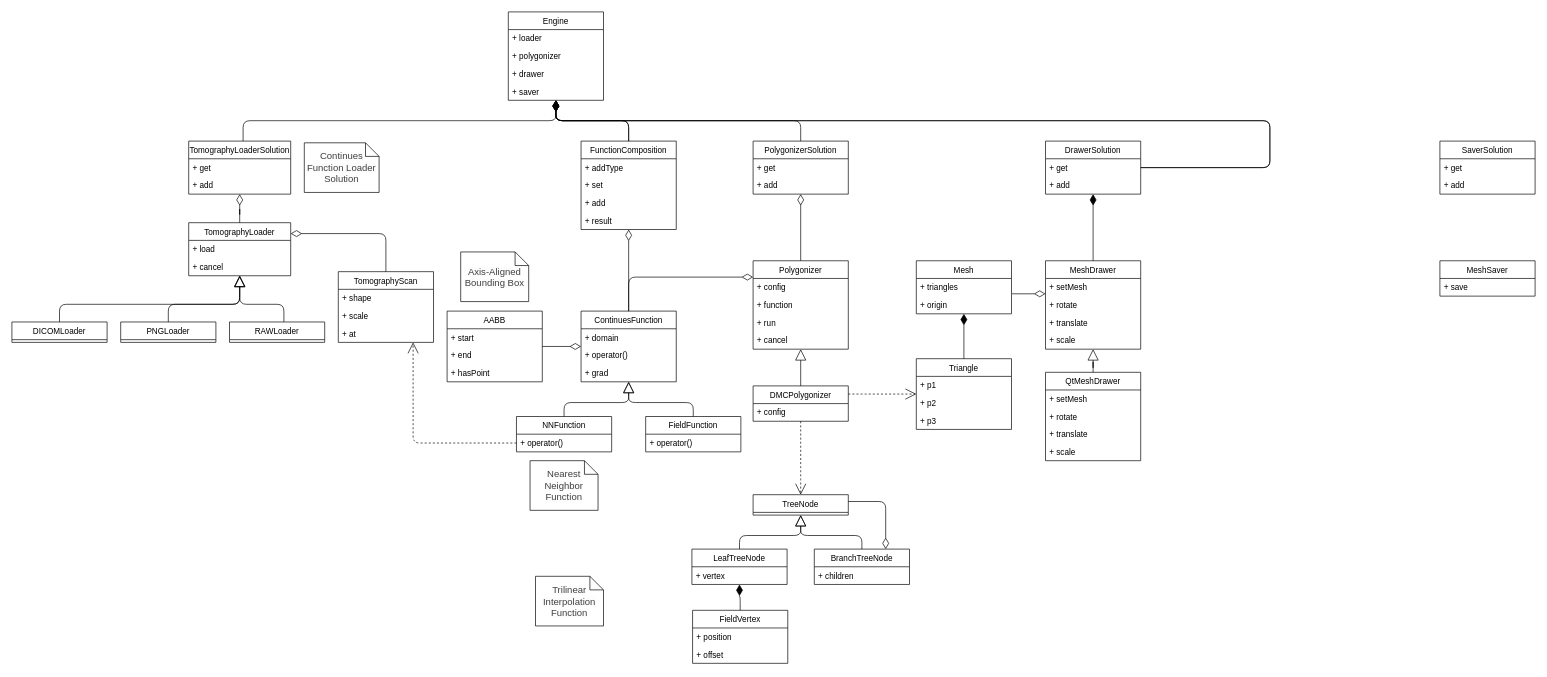
Before: uml.drawio in maxhha/bmstu-iu7-cg-cp, a draw.io diagram. Source tidied: cells renumbered, new cells numbered last; positions are measured from the earlier drawing's top-left corner, leaving out a move shared by most shapes. Both pictures are drawn from the tidied source at 68%, with x=0, y=0 at pixel (12, 12).
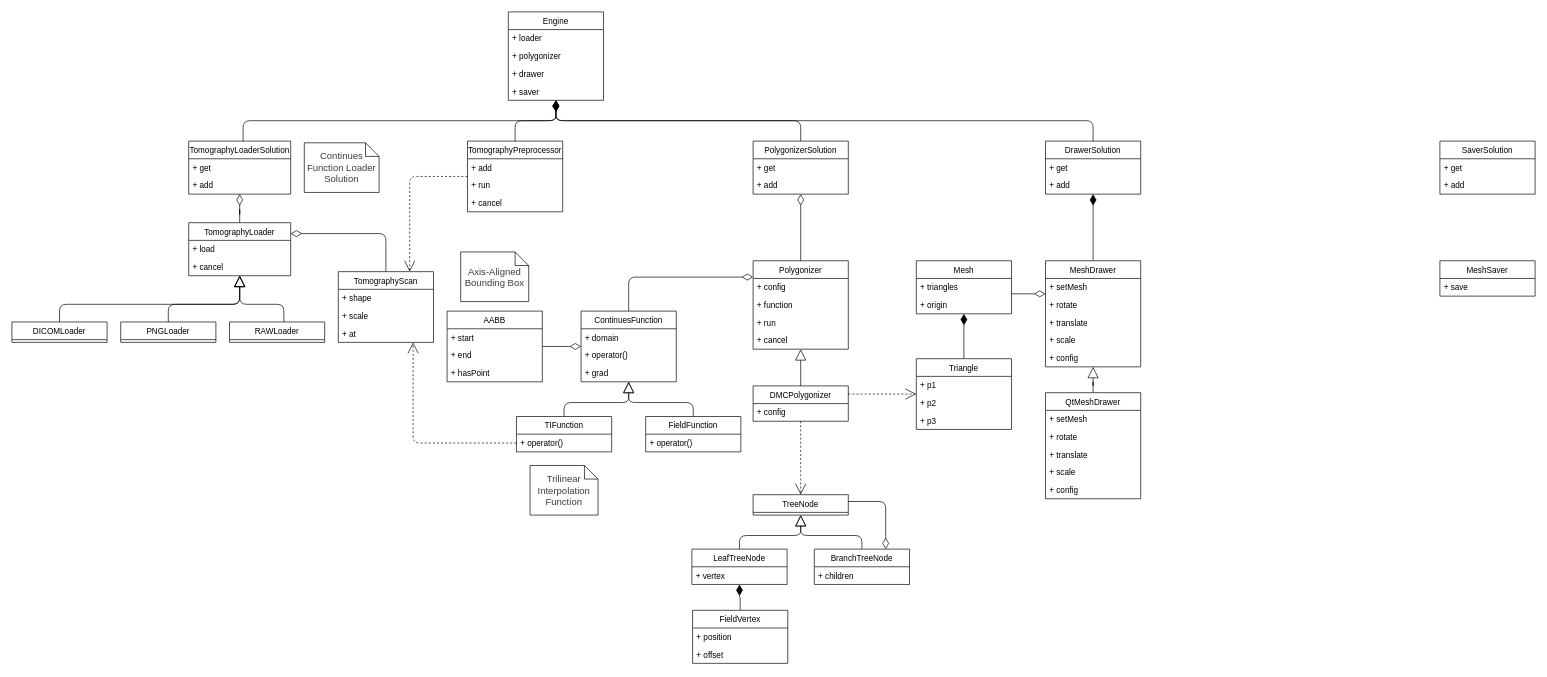
The same page after the edit.

Commit message (it also covers changes not shown here):
Add drawer config

Unchanged cells that the change refers to:
```xml
<mxCell id="6" value="TomographyScan" style="swimlane;fontStyle=0;horizontal=1;startSize=26;fillColor=none;" parent="1" vertex="1">
  <mxGeometry x="480" y="382" width="140" height="104" as="geometry" />
</mxCell>
<mxCell id="12" value="ContinuesFunction" style="swimlane;fontStyle=0;horizontal=1;startSize=26;fillColor=none;" parent="1" vertex="1">
  <mxGeometry x="837" y="440" width="140" height="104" as="geometry" />
</mxCell>
<mxCell id="47" value="Engine" style="swimlane;fontStyle=0;horizontal=1;startSize=26;fillColor=none;" parent="1" vertex="1">
  <mxGeometry x="730" width="140" height="130" as="geometry" />
</mxCell>
<mxCell id="64" value="DrawerSolution" style="swimlane;fontStyle=0;horizontal=1;startSize=26;fillColor=none;" parent="1" vertex="1">
  <mxGeometry x="1520" y="190" width="140" height="78" as="geometry" />
</mxCell>
```

Diff of the diagram source:
```diff
@@
-    <mxCell id="11" style="edgeStyle=orthogonalEdgeStyle;rounded=0;jettySize=auto;html=1;endArrow=diamondThin;endFill=0;endSize=14;startSize=14;" parent="1" edge="1" source="12" target="105">
-      <mxGeometry relative="1" as="geometry" />
-    </mxCell>
@@
     <mxCell id="26" value="MeshDrawer" style="swimlane;fontStyle=0;horizontal=1;startSize=26;fillColor=none;" parent="1" vertex="1">
-      <mxGeometry x="1520" y="366" width="140" height="130" as="geometry" />
+      <mxGeometry x="1520" y="366" width="140" height="156" as="geometry" />
     </mxCell>
@@
+    <mxCell id="113" value="+ config" style="text;strokeColor=none;fillColor=none;align=left;verticalAlign=top;spacingLeft=4;spacingRight=4;overflow=hidden;" parent="26" vertex="1">
+      <mxGeometry y="130" width="140" height="26" as="geometry" />
+    </mxCell>
@@
-    <mxCell id="63" style="edgeStyle=orthogonalEdgeStyle;rounded=1;jettySize=auto;html=1;endArrow=diamondThin;endFill=1;startSize=14;endSize=14;" parent="1" edge="1" source="64" target="47">
-      <mxGeometry relative="1" as="geometry">
-        <Array as="points">
-          <mxPoint x="1850" y="160" />
-          <mxPoint x="800" y="160" />
-        </Array>
-      </mxGeometry>
-    </mxCell>
@@
     <mxCell id="86" value="QtMeshDrawer" style="swimlane;fontStyle=0;horizontal=1;startSize=26;fillColor=none;" parent="1" vertex="1">
-      <mxGeometry x="1520" y="530" width="140" height="130" as="geometry" />
+      <mxGeometry x="1520" y="560" width="140" height="156" as="geometry" />
     </mxCell>
@@
+    <mxCell id="114" value="+ config" style="text;strokeColor=none;fillColor=none;align=left;verticalAlign=top;spacingLeft=4;spacingRight=4;overflow=hidden;" parent="86" vertex="1">
+      <mxGeometry y="130" width="140" height="26" as="geometry" />
+    </mxCell>
@@
-    <mxCell id="100" value="NNFunction" style="swimlane;fontStyle=0;horizontal=1;startSize=26;fillColor=none;strokeColor=default;" parent="1" vertex="1">
+    <mxCell id="100" value="TIFunction" style="swimlane;fontStyle=0;horizontal=1;startSize=26;fillColor=none;strokeColor=default;" parent="1" vertex="1">
       <mxGeometry x="742" y="595" width="140" height="52" as="geometry" />
     </mxCell>
@@
     <mxCell id="103" value="&lt;span style=&quot;background-color: rgb(252 , 252 , 252)&quot;&gt;&lt;font&gt;&lt;font color=&quot;#404040&quot;&gt;&lt;span style=&quot;font-size: 14px&quot;&gt;Trilinear Interpolation Function&lt;/span&gt;&lt;/font&gt;&lt;/font&gt;&lt;/span&gt;" style="shape=note;size=20;whiteSpace=wrap;html=1;" parent="1" vertex="1">
-      <mxGeometry x="770" y="830" width="100" height="73" as="geometry" />
+      <mxGeometry x="762" y="667" width="100" height="73" as="geometry" />
     </mxCell>
-    <mxCell id="104" style="edgeStyle=orthogonalEdgeStyle;rounded=1;jettySize=auto;html=1;endArrow=diamondThin;endFill=0;startSize=14;endSize=14;" parent="1" edge="1" source="105" target="47">
-      <mxGeometry relative="1" as="geometry">
-        <Array as="points">
-          <mxPoint x="907" y="160" />
-          <mxPoint x="800" y="160" />
-        </Array>
-      </mxGeometry>
-    </mxCell>
+    <mxCell id="115" style="edgeStyle=orthogonalEdgeStyle;rounded=1;jettySize=auto;html=1;entryX=0.75;entryY=0;entryDx=0;entryDy=0;endArrow=open;endFill=0;dashed=1;endSize=14;startSize=14;" parent="1" edge="1" source="105" target="6">
+      <mxGeometry relative="1" as="geometry">
+        <Array as="points">
+          <mxPoint x="585" y="242" />
+        </Array>
+      </mxGeometry>
+    </mxCell>
-    <mxCell id="105" value="FunctionComposition" style="swimlane;fontStyle=0;horizontal=1;startSize=26;fillColor=none;" parent="1" vertex="1">
-      <mxGeometry x="837" y="190" width="140" height="130" as="geometry" />
+    <mxCell id="105" value="TomographyPreprocessor" style="swimlane;fontStyle=0;horizontal=1;startSize=26;fillColor=none;" parent="1" vertex="1">
+      <mxGeometry x="670" y="190" width="140" height="104" as="geometry" />
     </mxCell>
-    <mxCell id="106" value="+ addType" style="text;strokeColor=none;fillColor=none;align=left;verticalAlign=top;spacingLeft=4;spacingRight=4;overflow=hidden;" parent="105" vertex="1">
+    <mxCell id="106" value="+ add" style="text;strokeColor=none;fillColor=none;align=left;verticalAlign=top;spacingLeft=4;spacingRight=4;overflow=hidden;" parent="105" vertex="1">
       <mxGeometry y="26" width="140" height="26" as="geometry" />
     </mxCell>
-    <mxCell id="107" value="+ set" style="text;strokeColor=none;fillColor=none;align=left;verticalAlign=top;spacingLeft=4;spacingRight=4;overflow=hidden;" parent="105" vertex="1">
+    <mxCell id="107" value="+ run" style="text;strokeColor=none;fillColor=none;align=left;verticalAlign=top;spacingLeft=4;spacingRight=4;overflow=hidden;" parent="105" vertex="1">
       <mxGeometry y="52" width="140" height="26" as="geometry" />
     </mxCell>
-    <mxCell id="108" value="+ add" style="text;strokeColor=none;fillColor=none;align=left;verticalAlign=top;spacingLeft=4;spacingRight=4;overflow=hidden;" parent="105" vertex="1">
+    <mxCell id="108" value="+ cancel" style="text;strokeColor=none;fillColor=none;align=left;verticalAlign=top;spacingLeft=4;spacingRight=4;overflow=hidden;" parent="105" vertex="1">
       <mxGeometry y="78" width="140" height="26" as="geometry" />
     </mxCell>
-    <mxCell id="109" value="+ result" style="text;strokeColor=none;fillColor=none;align=left;verticalAlign=top;spacingLeft=4;spacingRight=4;overflow=hidden;" parent="105" vertex="1">
-      <mxGeometry y="104" width="140" height="26" as="geometry" />
-    </mxCell>
     <mxCell id="110" style="edgeStyle=orthogonalEdgeStyle;rounded=1;jettySize=auto;html=1;endArrow=diamondThin;endFill=1;startSize=14;endSize=14;" parent="1" edge="1" source="105" target="47">
       <mxGeometry relative="1" as="geometry">
         <Array as="points">
-          <mxPoint x="907" y="160" />
+          <mxPoint x="740" y="160" />
           <mxPoint x="800" y="160" />
         </Array>
       </mxGeometry>
     </mxCell>
     <mxCell id="111" style="edgeStyle=orthogonalEdgeStyle;rounded=1;jettySize=auto;html=1;endArrow=diamondThin;endFill=1;startSize=14;endSize=14;" parent="1" edge="1" source="64" target="47">
       <mxGeometry relative="1" as="geometry">
         <Array as="points">
-          <mxPoint x="1850" y="229" />
-          <mxPoint x="1850" y="160" />
+          <mxPoint x="1590" y="160" />
           <mxPoint x="800" y="160" />
         </Array>
       </mxGeometry>
     </mxCell>
-    <mxCell id="112" value="&lt;span style=&quot;background-color: rgb(252 , 252 , 252)&quot;&gt;&lt;font&gt;&lt;font color=&quot;#404040&quot;&gt;&lt;span style=&quot;font-size: 14px&quot;&gt;Nearest Neighbor&lt;br&gt;Function&lt;/span&gt;&lt;/font&gt;&lt;/font&gt;&lt;/span&gt;" style="shape=note;size=20;whiteSpace=wrap;html=1;" parent="1" vertex="1">
-      <mxGeometry x="762" y="660" width="100" height="73" as="geometry" />
-    </mxCell>
```
